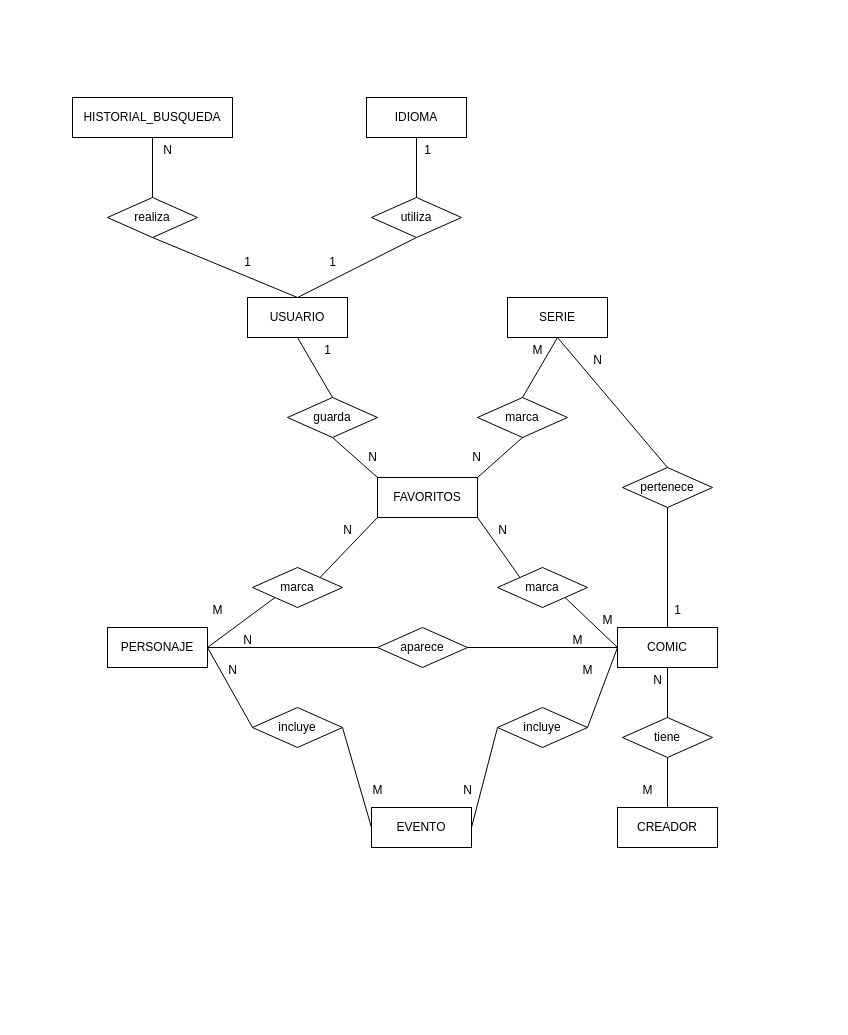
This is MarvelAPI/DiagramaEntidadRelacion.drawio from MarvelAPIProject/Marvel, a draw.io file, before an edit. Source tidied: cells renumbered, new cells numbered last; positions are measured from the earlier drawing's top-left corner, leaving out a move shared by most shapes. Both pictures are drawn from the tidied source at 100%, with x=0, y=0 at pixel (72, 97).
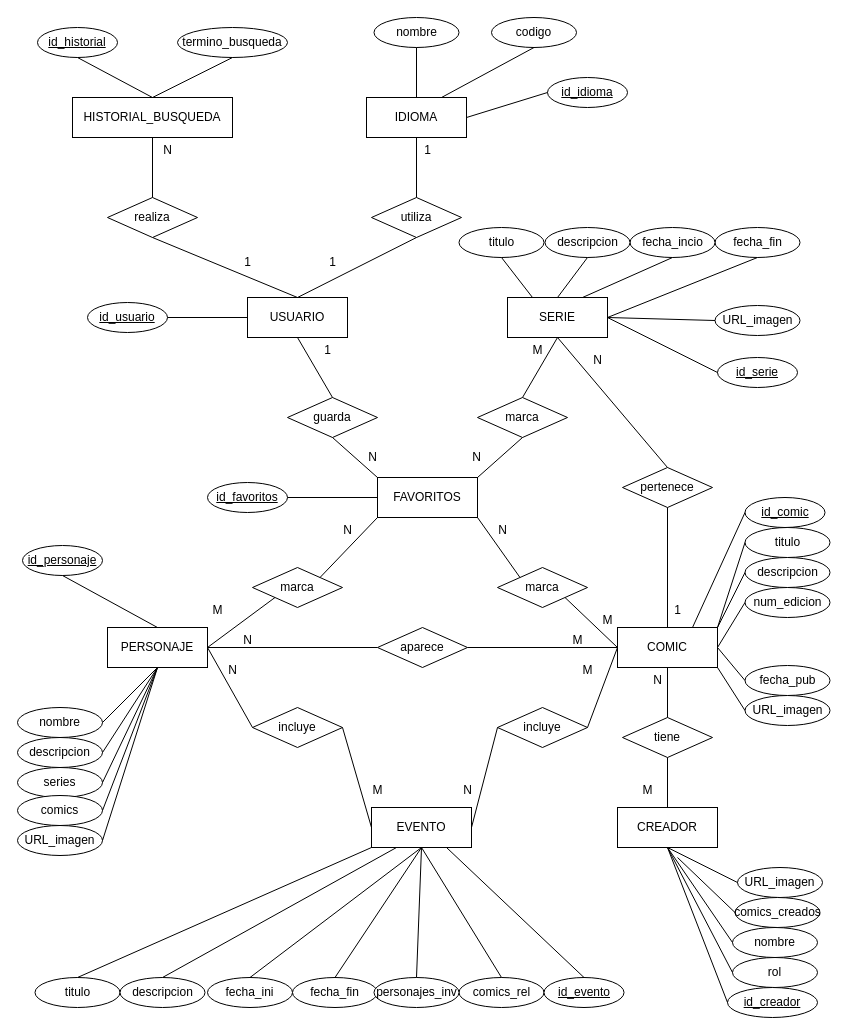
After the change.

The change refers to these unchanged cells:
```xml
<mxCell id="2" value="EVENTO" style="whiteSpace=wrap;html=1;align=center;" parent="1" vertex="1">
  <mxGeometry x="299" y="710" width="100" height="40" as="geometry" />
</mxCell>
<mxCell id="3" value="COMIC" style="whiteSpace=wrap;html=1;align=center;" parent="1" vertex="1">
  <mxGeometry x="545" y="530" width="100" height="40" as="geometry" />
</mxCell>
<mxCell id="4" value="SERIE" style="whiteSpace=wrap;html=1;align=center;" parent="1" vertex="1">
  <mxGeometry x="435" y="200" width="100" height="40" as="geometry" />
</mxCell>
<mxCell id="5" value="PERSONAJE" style="whiteSpace=wrap;html=1;align=center;" parent="1" vertex="1">
  <mxGeometry x="35" y="530" width="100" height="40" as="geometry" />
</mxCell>
<mxCell id="6" value="USUARIO" style="whiteSpace=wrap;html=1;align=center;" parent="1" vertex="1">
  <mxGeometry x="175" y="200" width="100" height="40" as="geometry" />
</mxCell>
<mxCell id="7" value="IDIOMA" style="whiteSpace=wrap;html=1;align=center;" parent="1" vertex="1">
  <mxGeometry x="294" width="100" height="40" as="geometry" />
</mxCell>
<mxCell id="8" value="CREADOR" style="whiteSpace=wrap;html=1;align=center;" parent="1" vertex="1">
  <mxGeometry x="545" y="710" width="100" height="40" as="geometry" />
</mxCell>
<mxCell id="9" value="HISTORIAL_BUSQUEDA" style="whiteSpace=wrap;html=1;align=center;" parent="1" vertex="1">
  <mxGeometry width="160" height="40" as="geometry" />
</mxCell>
<mxCell id="10" value="FAVORITOS" style="whiteSpace=wrap;html=1;align=center;" parent="1" vertex="1">
  <mxGeometry x="305" y="380" width="100" height="40" as="geometry" />
</mxCell>
```

The edit, as a diff of the source:
```diff
@@
+    <mxCell id="66" value="id_usuario" style="ellipse;whiteSpace=wrap;html=1;align=center;fontStyle=4;" parent="1" vertex="1">
+      <mxGeometry x="15" y="205" width="80" height="30" as="geometry" />
+    </mxCell>
+    <mxCell id="67" value="termino_busqueda" style="ellipse;whiteSpace=wrap;html=1;align=center;" parent="1" vertex="1">
+      <mxGeometry x="105" y="-70" width="110" height="30" as="geometry" />
+    </mxCell>
+    <mxCell id="68" style="endArrow=none;html=1;rounded=0;exitX=1;exitY=0.5;exitDx=0;exitDy=0;entryX=0;entryY=0.5;entryDx=0;entryDy=0;" parent="1" edge="1" source="66" target="6">
+      <mxGeometry relative="1" as="geometry" />
+    </mxCell>
+    <mxCell id="69" value="id_historial" style="ellipse;whiteSpace=wrap;html=1;align=center;fontStyle=4;" parent="1" vertex="1">
+      <mxGeometry x="-35" y="-70" width="80" height="30" as="geometry" />
+    </mxCell>
+    <mxCell id="70" style="endArrow=none;html=1;rounded=0;exitX=0.5;exitY=1;exitDx=0;exitDy=0;entryX=0.5;entryY=0;entryDx=0;entryDy=0;" parent="1" edge="1" source="69" target="9">
+      <mxGeometry relative="1" as="geometry" />
+    </mxCell>
+    <mxCell id="71" style="endArrow=none;html=1;rounded=0;exitX=0.5;exitY=1;exitDx=0;exitDy=0;entryX=0.5;entryY=0;entryDx=0;entryDy=0;" parent="1" edge="1" source="67" target="9">
+      <mxGeometry relative="1" as="geometry" />
+    </mxCell>
+    <mxCell id="72" value="codigo" style="ellipse;whiteSpace=wrap;html=1;align=center;" parent="1" vertex="1">
+      <mxGeometry x="419" y="-80" width="85" height="30" as="geometry" />
+    </mxCell>
+    <mxCell id="73" value="nombre" style="ellipse;whiteSpace=wrap;html=1;align=center;" parent="1" vertex="1">
+      <mxGeometry x="301.5" y="-80" width="85" height="30" as="geometry" />
+    </mxCell>
+    <mxCell id="74" value="id_idioma" style="ellipse;whiteSpace=wrap;html=1;align=center;fontStyle=4;" parent="1" vertex="1">
+      <mxGeometry x="475" y="-20" width="80" height="30" as="geometry" />
+    </mxCell>
+    <mxCell id="75" style="endArrow=none;html=1;rounded=0;exitX=0.5;exitY=1;exitDx=0;exitDy=0;entryX=0.5;entryY=0;entryDx=0;entryDy=0;" parent="1" edge="1" source="73" target="7">
+      <mxGeometry relative="1" as="geometry" />
+    </mxCell>
+    <mxCell id="76" style="endArrow=none;html=1;rounded=0;exitX=0.5;exitY=1;exitDx=0;exitDy=0;entryX=0.75;entryY=0;entryDx=0;entryDy=0;" parent="1" edge="1" source="72" target="7">
+      <mxGeometry relative="1" as="geometry" />
+    </mxCell>
+    <mxCell id="77" style="endArrow=none;html=1;rounded=0;exitX=0;exitY=0.5;exitDx=0;exitDy=0;entryX=1;entryY=0.5;entryDx=0;entryDy=0;" parent="1" edge="1" source="74" target="7">
+      <mxGeometry relative="1" as="geometry" />
+    </mxCell>
+    <mxCell id="78" value="id_favoritos" style="ellipse;whiteSpace=wrap;html=1;align=center;fontStyle=4;" parent="1" vertex="1">
+      <mxGeometry x="135" y="385" width="80" height="30" as="geometry" />
+    </mxCell>
+    <mxCell id="79" style="endArrow=none;html=1;rounded=0;exitX=1;exitY=0.5;exitDx=0;exitDy=0;entryX=0;entryY=0.5;entryDx=0;entryDy=0;" parent="1" edge="1" source="78" target="10">
+      <mxGeometry relative="1" as="geometry" />
+    </mxCell>
+    <mxCell id="80" value="nombre" style="ellipse;whiteSpace=wrap;html=1;align=center;" parent="1" vertex="1">
+      <mxGeometry x="-55" y="610" width="85" height="30" as="geometry" />
+    </mxCell>
+    <mxCell id="81" value="descripcion" style="ellipse;whiteSpace=wrap;html=1;align=center;" parent="1" vertex="1">
+      <mxGeometry x="-55" y="640" width="85" height="30" as="geometry" />
+    </mxCell>
+    <mxCell id="82" value="series" style="ellipse;whiteSpace=wrap;html=1;align=center;" parent="1" vertex="1">
+      <mxGeometry x="-55" y="670" width="85" height="30" as="geometry" />
+    </mxCell>
+    <mxCell id="83" value="comics" style="ellipse;whiteSpace=wrap;html=1;align=center;" parent="1" vertex="1">
+      <mxGeometry x="-55" y="698" width="85" height="30" as="geometry" />
+    </mxCell>
+    <mxCell id="84" value="URL_imagen" style="ellipse;whiteSpace=wrap;html=1;align=center;" parent="1" vertex="1">
+      <mxGeometry x="-55" y="728" width="85" height="30" as="geometry" />
+    </mxCell>
+    <mxCell id="85" value="id_personaje" style="ellipse;whiteSpace=wrap;html=1;align=center;fontStyle=4;" parent="1" vertex="1">
+      <mxGeometry x="-50" y="448" width="80" height="30" as="geometry" />
+    </mxCell>
+    <mxCell id="86" style="endArrow=none;html=1;rounded=0;exitX=0.5;exitY=0;exitDx=0;exitDy=0;entryX=0.5;entryY=1;entryDx=0;entryDy=0;" parent="1" edge="1" source="5" target="85">
+      <mxGeometry relative="1" as="geometry" />
+    </mxCell>
+    <mxCell id="87" style="endArrow=none;html=1;rounded=0;exitX=0.5;exitY=1;exitDx=0;exitDy=0;entryX=1;entryY=0.5;entryDx=0;entryDy=0;" parent="1" edge="1" source="5" target="80">
+      <mxGeometry relative="1" as="geometry" />
+    </mxCell>
+    <mxCell id="88" style="endArrow=none;html=1;rounded=0;exitX=0.5;exitY=1;exitDx=0;exitDy=0;entryX=1;entryY=0.5;entryDx=0;entryDy=0;" parent="1" edge="1" source="5" target="81">
+      <mxGeometry relative="1" as="geometry" />
+    </mxCell>
+    <mxCell id="89" style="endArrow=none;html=1;rounded=0;exitX=0.5;exitY=1;exitDx=0;exitDy=0;entryX=1;entryY=0.5;entryDx=0;entryDy=0;" parent="1" edge="1" source="5" target="82">
+      <mxGeometry relative="1" as="geometry" />
+    </mxCell>
+    <mxCell id="90" style="endArrow=none;html=1;rounded=0;exitX=0.5;exitY=1;exitDx=0;exitDy=0;entryX=1;entryY=0.5;entryDx=0;entryDy=0;" parent="1" edge="1" source="5" target="83">
+      <mxGeometry relative="1" as="geometry" />
+    </mxCell>
+    <mxCell id="91" style="endArrow=none;html=1;rounded=0;exitX=0.5;exitY=1;exitDx=0;exitDy=0;entryX=1;entryY=0.5;entryDx=0;entryDy=0;" parent="1" edge="1" source="5" target="84">
+      <mxGeometry relative="1" as="geometry" />
+    </mxCell>
+    <mxCell id="92" value="URL_imagen" style="ellipse;whiteSpace=wrap;html=1;align=center;" parent="1" vertex="1">
+      <mxGeometry x="642.5" y="208" width="85" height="30" as="geometry" />
+    </mxCell>
+    <mxCell id="93" value="fecha_fin" style="ellipse;whiteSpace=wrap;html=1;align=center;" parent="1" vertex="1">
+      <mxGeometry x="642.5" y="130" width="85" height="30" as="geometry" />
+    </mxCell>
+    <mxCell id="94" value="fecha_incio" style="ellipse;whiteSpace=wrap;html=1;align=center;" parent="1" vertex="1">
+      <mxGeometry x="557.5" y="130" width="85" height="30" as="geometry" />
+    </mxCell>
+    <mxCell id="95" value="descripcion" style="ellipse;whiteSpace=wrap;html=1;align=center;" parent="1" vertex="1">
+      <mxGeometry x="472.5" y="130" width="85" height="30" as="geometry" />
+    </mxCell>
+    <mxCell id="96" value="titulo" style="ellipse;whiteSpace=wrap;html=1;align=center;" parent="1" vertex="1">
+      <mxGeometry x="386.5" y="130" width="85" height="30" as="geometry" />
+    </mxCell>
+    <mxCell id="97" value="id_serie" style="ellipse;whiteSpace=wrap;html=1;align=center;fontStyle=4;" parent="1" vertex="1">
+      <mxGeometry x="645" y="260" width="80" height="30" as="geometry" />
+    </mxCell>
+    <mxCell id="98" style="endArrow=none;html=1;rounded=0;entryX=1;entryY=0.5;entryDx=0;entryDy=0;exitX=0;exitY=0.5;exitDx=0;exitDy=0;" parent="1" edge="1" source="92" target="4">
+      <mxGeometry relative="1" as="geometry" />
+    </mxCell>
+    <mxCell id="99" style="endArrow=none;html=1;rounded=0;entryX=1;entryY=0.5;entryDx=0;entryDy=0;exitX=0;exitY=0.5;exitDx=0;exitDy=0;" parent="1" edge="1" source="97" target="4">
+      <mxGeometry relative="1" as="geometry" />
+    </mxCell>
+    <mxCell id="100" style="endArrow=none;html=1;rounded=0;entryX=0.5;entryY=1;entryDx=0;entryDy=0;exitX=1;exitY=0.5;exitDx=0;exitDy=0;" parent="1" edge="1" source="4" target="93">
+      <mxGeometry relative="1" as="geometry" />
+    </mxCell>
+    <mxCell id="101" style="endArrow=none;html=1;rounded=0;entryX=0.75;entryY=0;entryDx=0;entryDy=0;exitX=0.5;exitY=1;exitDx=0;exitDy=0;" parent="1" edge="1" source="94" target="4">
+      <mxGeometry relative="1" as="geometry" />
+    </mxCell>
+    <mxCell id="102" style="endArrow=none;html=1;rounded=0;entryX=0.5;entryY=0;entryDx=0;entryDy=0;exitX=0.5;exitY=1;exitDx=0;exitDy=0;" parent="1" edge="1" source="95" target="4">
+      <mxGeometry relative="1" as="geometry" />
+    </mxCell>
+    <mxCell id="103" style="endArrow=none;html=1;rounded=0;entryX=0.25;entryY=0;entryDx=0;entryDy=0;exitX=0.5;exitY=1;exitDx=0;exitDy=0;" parent="1" edge="1" source="96" target="4">
+      <mxGeometry relative="1" as="geometry" />
+    </mxCell>
+    <mxCell id="104" value="titulo" style="ellipse;whiteSpace=wrap;html=1;align=center;" parent="1" vertex="1">
+      <mxGeometry x="672.5" y="430" width="85" height="30" as="geometry" />
+    </mxCell>
+    <mxCell id="105" value="descripcion" style="ellipse;whiteSpace=wrap;html=1;align=center;" parent="1" vertex="1">
+      <mxGeometry x="672.5" y="460" width="85" height="30" as="geometry" />
+    </mxCell>
+    <mxCell id="106" value="num_edicion" style="ellipse;whiteSpace=wrap;html=1;align=center;" parent="1" vertex="1">
+      <mxGeometry x="672.5" y="490" width="85" height="30" as="geometry" />
+    </mxCell>
+    <mxCell id="107" value="fecha_pub" style="ellipse;whiteSpace=wrap;html=1;align=center;" parent="1" vertex="1">
+      <mxGeometry x="672.5" y="568" width="85" height="30" as="geometry" />
+    </mxCell>
+    <mxCell id="108" value="URL_imagen" style="ellipse;whiteSpace=wrap;html=1;align=center;" parent="1" vertex="1">
+      <mxGeometry x="672.5" y="598" width="85" height="30" as="geometry" />
+    </mxCell>
+    <mxCell id="109" style="endArrow=none;html=1;rounded=0;exitX=0;exitY=0.5;exitDx=0;exitDy=0;entryX=1;entryY=0;entryDx=0;entryDy=0;" parent="1" edge="1" source="104" target="3">
+      <mxGeometry relative="1" as="geometry" />
+    </mxCell>
+    <mxCell id="110" style="endArrow=none;html=1;rounded=0;exitX=0;exitY=0.5;exitDx=0;exitDy=0;entryX=1;entryY=0;entryDx=0;entryDy=0;" parent="1" edge="1" source="105" target="3">
+      <mxGeometry relative="1" as="geometry" />
+    </mxCell>
+    <mxCell id="111" style="endArrow=none;html=1;rounded=0;exitX=0;exitY=0.5;exitDx=0;exitDy=0;entryX=1;entryY=0.5;entryDx=0;entryDy=0;" parent="1" edge="1" source="106" target="3">
+      <mxGeometry relative="1" as="geometry" />
+    </mxCell>
+    <mxCell id="112" style="endArrow=none;html=1;rounded=0;exitX=0;exitY=0.5;exitDx=0;exitDy=0;entryX=1;entryY=0.5;entryDx=0;entryDy=0;" parent="1" edge="1" source="107" target="3">
+      <mxGeometry relative="1" as="geometry" />
+    </mxCell>
+    <mxCell id="113" style="endArrow=none;html=1;rounded=0;exitX=0;exitY=0.5;exitDx=0;exitDy=0;entryX=1;entryY=1;entryDx=0;entryDy=0;" parent="1" edge="1" source="108" target="3">
+      <mxGeometry relative="1" as="geometry" />
+    </mxCell>
+    <mxCell id="114" value="id_comic" style="ellipse;whiteSpace=wrap;html=1;align=center;fontStyle=4;" parent="1" vertex="1">
+      <mxGeometry x="672.5" y="400" width="80" height="30" as="geometry" />
+    </mxCell>
+    <mxCell id="115" style="endArrow=none;html=1;rounded=0;exitX=0;exitY=0.5;exitDx=0;exitDy=0;entryX=0.75;entryY=0;entryDx=0;entryDy=0;" parent="1" edge="1" source="114" target="3">
+      <mxGeometry relative="1" as="geometry" />
+    </mxCell>
+    <mxCell id="116" value="comics_rel" style="ellipse;whiteSpace=wrap;html=1;align=center;" parent="1" vertex="1">
+      <mxGeometry x="386.5" y="880" width="85" height="30" as="geometry" />
+    </mxCell>
+    <mxCell id="117" value="titulo" style="ellipse;whiteSpace=wrap;html=1;align=center;" parent="1" vertex="1">
+      <mxGeometry x="-37.5" y="880" width="85" height="30" as="geometry" />
+    </mxCell>
+    <mxCell id="118" value="descripcion" style="ellipse;whiteSpace=wrap;html=1;align=center;" parent="1" vertex="1">
+      <mxGeometry x="47.5" y="880" width="85" height="30" as="geometry" />
+    </mxCell>
+    <mxCell id="119" value="fecha_ini" style="ellipse;whiteSpace=wrap;html=1;align=center;" parent="1" vertex="1">
+      <mxGeometry x="135" y="880" width="85" height="30" as="geometry" />
+    </mxCell>
+    <mxCell id="120" value="fecha_fin" style="ellipse;whiteSpace=wrap;html=1;align=center;" parent="1" vertex="1">
+      <mxGeometry x="220" y="880" width="85" height="30" as="geometry" />
+    </mxCell>
+    <mxCell id="121" value="personajes_inv" style="ellipse;whiteSpace=wrap;html=1;align=center;" parent="1" vertex="1">
+      <mxGeometry x="301.5" y="880" width="85" height="30" as="geometry" />
+    </mxCell>
+    <mxCell id="122" style="endArrow=none;html=1;rounded=0;entryX=0;entryY=1;entryDx=0;entryDy=0;exitX=0.5;exitY=0;exitDx=0;exitDy=0;" parent="1" edge="1" source="117" target="2">
+      <mxGeometry relative="1" as="geometry" />
+    </mxCell>
+    <mxCell id="123" style="endArrow=none;html=1;rounded=0;entryX=0.25;entryY=1;entryDx=0;entryDy=0;exitX=0.5;exitY=0;exitDx=0;exitDy=0;" parent="1" edge="1" source="118" target="2">
+      <mxGeometry relative="1" as="geometry" />
+    </mxCell>
+    <mxCell id="124" style="endArrow=none;html=1;rounded=0;entryX=0.5;entryY=1;entryDx=0;entryDy=0;exitX=0.5;exitY=0;exitDx=0;exitDy=0;" parent="1" edge="1" source="119" target="2">
+      <mxGeometry relative="1" as="geometry" />
+    </mxCell>
+    <mxCell id="125" style="endArrow=none;html=1;rounded=0;entryX=0.5;entryY=1;entryDx=0;entryDy=0;exitX=0.5;exitY=0;exitDx=0;exitDy=0;" parent="1" edge="1" source="120" target="2">
+      <mxGeometry relative="1" as="geometry" />
+    </mxCell>
+    <mxCell id="126" style="endArrow=none;html=1;rounded=0;entryX=0.5;entryY=1;entryDx=0;entryDy=0;exitX=0.5;exitY=0;exitDx=0;exitDy=0;" parent="1" edge="1" source="121" target="2">
+      <mxGeometry relative="1" as="geometry" />
+    </mxCell>
+    <mxCell id="127" style="endArrow=none;html=1;rounded=0;entryX=0.5;entryY=1;entryDx=0;entryDy=0;exitX=0.5;exitY=0;exitDx=0;exitDy=0;" parent="1" edge="1" source="116" target="2">
+      <mxGeometry relative="1" as="geometry" />
+    </mxCell>
+    <mxCell id="128" value="id_evento" style="ellipse;whiteSpace=wrap;html=1;align=center;fontStyle=4;" parent="1" vertex="1">
+      <mxGeometry x="471.5" y="880" width="80" height="30" as="geometry" />
+    </mxCell>
+    <mxCell id="129" style="endArrow=none;html=1;rounded=0;entryX=0.75;entryY=1;entryDx=0;entryDy=0;exitX=0.5;exitY=0;exitDx=0;exitDy=0;" parent="1" edge="1" source="128" target="2">
+      <mxGeometry relative="1" as="geometry" />
+    </mxCell>
+    <mxCell id="130" value="URL_imagen" style="ellipse;whiteSpace=wrap;html=1;align=center;" parent="1" vertex="1">
+      <mxGeometry x="665" y="770" width="85" height="30" as="geometry" />
+    </mxCell>
+    <mxCell id="131" value="comics_creados" style="ellipse;whiteSpace=wrap;html=1;align=center;" parent="1" vertex="1">
+      <mxGeometry x="662.5" y="800" width="85" height="30" as="geometry" />
+    </mxCell>
+    <mxCell id="132" value="nombre" style="ellipse;whiteSpace=wrap;html=1;align=center;" parent="1" vertex="1">
+      <mxGeometry x="660" y="830" width="85" height="30" as="geometry" />
+    </mxCell>
+    <mxCell id="133" value="rol" style="ellipse;whiteSpace=wrap;html=1;align=center;" parent="1" vertex="1">
+      <mxGeometry x="660" y="860" width="85" height="30" as="geometry" />
+    </mxCell>
+    <mxCell id="134" value="id_creador" style="ellipse;whiteSpace=wrap;html=1;align=center;fontStyle=4;" parent="1" vertex="1">
+      <mxGeometry x="655" y="890" width="90" height="30" as="geometry" />
+    </mxCell>
+    <mxCell id="135" style="endArrow=none;html=1;rounded=0;exitX=0;exitY=0.5;exitDx=0;exitDy=0;" parent="1" edge="1" source="130">
+      <mxGeometry relative="1" as="geometry">
+        <mxPoint x="595" y="750" as="targetPoint" />
+      </mxGeometry>
+    </mxCell>
+    <mxCell id="136" style="endArrow=none;html=1;rounded=0;entryX=0.5;entryY=1;entryDx=0;entryDy=0;exitX=0;exitY=0.5;exitDx=0;exitDy=0;" parent="1" edge="1" source="131">
+      <mxGeometry relative="1" as="geometry">
+        <mxPoint x="605" y="760" as="targetPoint" />
+      </mxGeometry>
+    </mxCell>
+    <mxCell id="137" style="endArrow=none;html=1;rounded=0;exitX=0;exitY=0.5;exitDx=0;exitDy=0;entryX=0.5;entryY=1;entryDx=0;entryDy=0;" parent="1" edge="1" source="132" target="8">
+      <mxGeometry relative="1" as="geometry" />
+    </mxCell>
+    <mxCell id="138" style="endArrow=none;html=1;rounded=0;exitX=0;exitY=0.5;exitDx=0;exitDy=0;entryX=0.5;entryY=1;entryDx=0;entryDy=0;" parent="1" edge="1" source="133" target="8">
+      <mxGeometry relative="1" as="geometry" />
+    </mxCell>
+    <mxCell id="139" style="endArrow=none;html=1;rounded=0;exitX=0;exitY=0.5;exitDx=0;exitDy=0;entryX=0.5;entryY=1;entryDx=0;entryDy=0;" parent="1" edge="1" source="134" target="8">
+      <mxGeometry relative="1" as="geometry" />
+    </mxCell>
```
